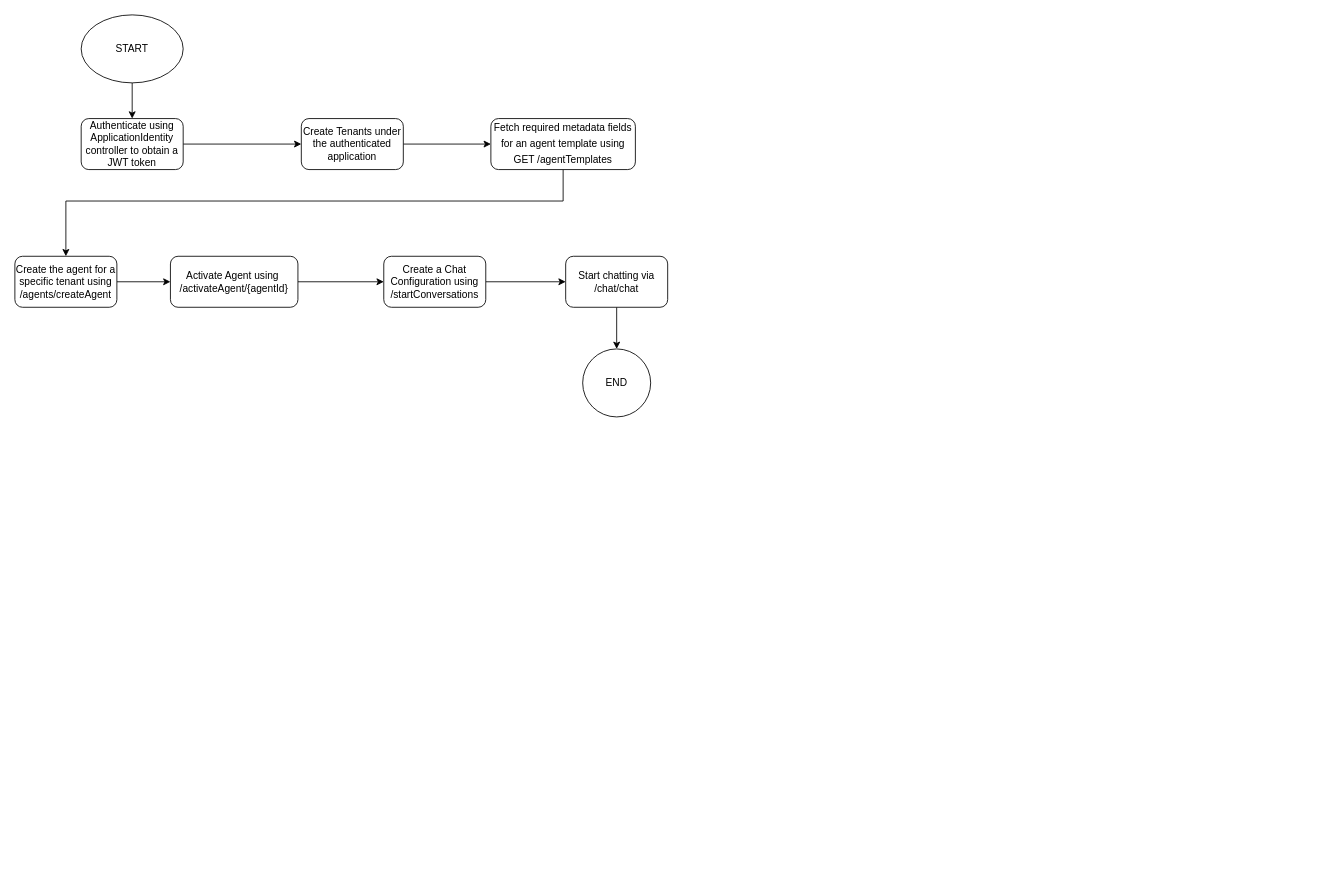
jayditch121998/flow-charts keeps this draw.io diagram as PopAI-set-conversation.drawio. Above is the earlier version. Source tidied: cells renumbered, new cells numbered last; positions are measured from the earlier drawing's top-left corner, leaving out a move shared by most shapes. Both pictures are drawn from the tidied source at 85%, with x=0, y=0 at pixel (14, 14).
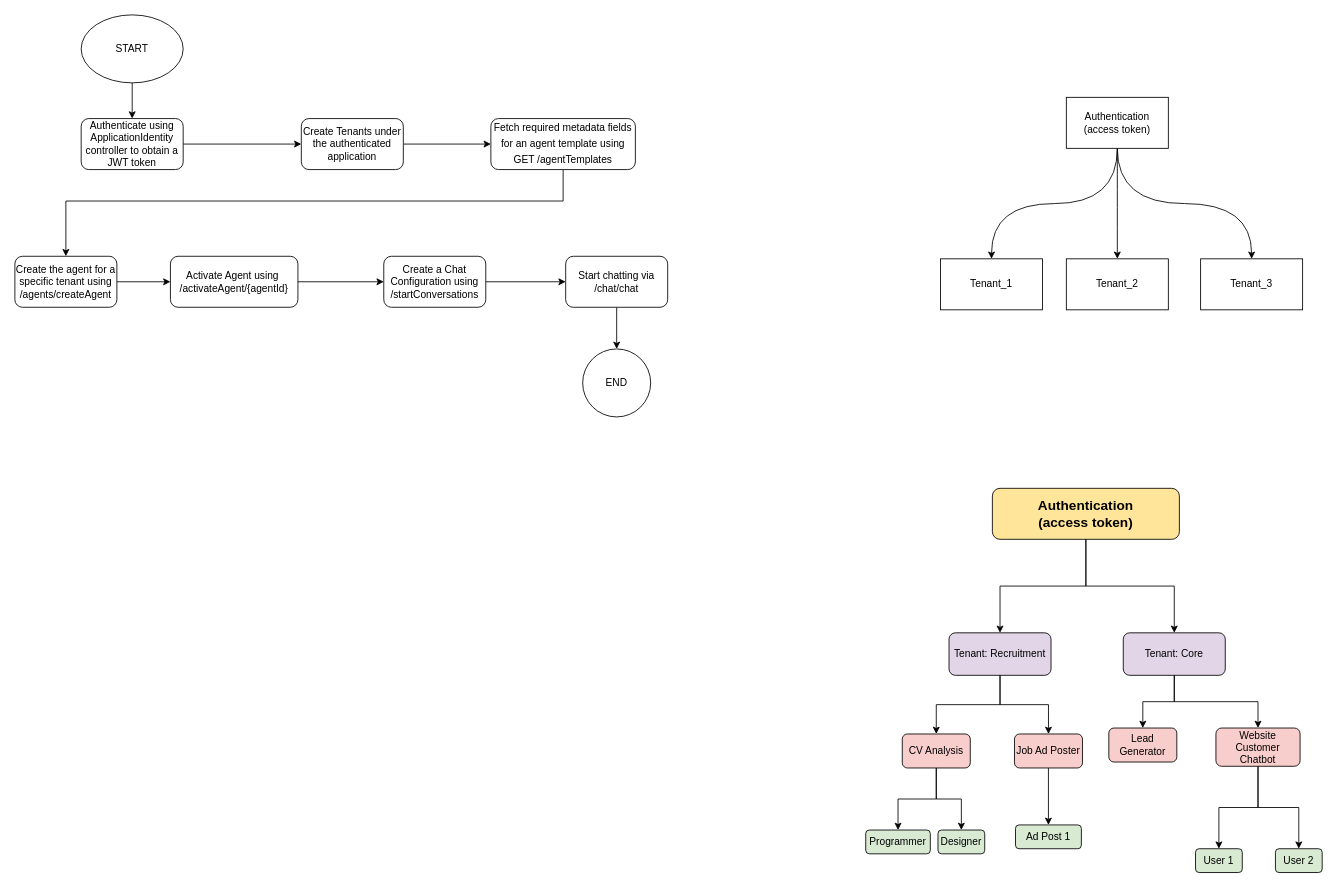
Above is the later version.

Change to the diagram source:
```diff
@@
+    <mxCell id="19" style="edgeStyle=orthogonalEdgeStyle;rounded=0;jettySize=auto;html=1;curved=1;exitX=0.5;exitY=1;exitDx=0;exitDy=0;" parent="1" edge="1" source="22" target="23">
+      <mxGeometry relative="1" as="geometry" />
+    </mxCell>
+    <mxCell id="20" style="edgeStyle=orthogonalEdgeStyle;rounded=0;jettySize=auto;html=1;curved=1;" parent="1" edge="1" source="22" target="24">
+      <mxGeometry relative="1" as="geometry" />
+    </mxCell>
+    <mxCell id="21" style="edgeStyle=orthogonalEdgeStyle;rounded=0;jettySize=auto;html=1;exitX=0.5;exitY=1;exitDx=0;exitDy=0;curved=1;" parent="1" edge="1" source="22" target="25">
+      <mxGeometry relative="1" as="geometry" />
+    </mxCell>
+    <mxCell id="22" value="Authentication&lt;br&gt;(access token)" style="rounded=0;whiteSpace=wrap;html=1;" parent="1" vertex="1">
+      <mxGeometry x="1237" y="97" width="120" height="60" as="geometry" />
+    </mxCell>
+    <mxCell id="23" value="Tenant_1" style="rounded=0;whiteSpace=wrap;html=1;" parent="1" vertex="1">
+      <mxGeometry x="1089" y="287" width="120" height="60" as="geometry" />
+    </mxCell>
+    <mxCell id="24" value="Tenant_2" style="rounded=0;whiteSpace=wrap;html=1;" parent="1" vertex="1">
+      <mxGeometry x="1237" y="287" width="120" height="60" as="geometry" />
+    </mxCell>
+    <mxCell id="25" value="Tenant_3" style="rounded=0;whiteSpace=wrap;html=1;" parent="1" vertex="1">
+      <mxGeometry x="1395" y="287" width="120" height="60" as="geometry" />
+    </mxCell>
+    <mxCell id="26" value="Authentication&#10;(access token)" style="rounded=1;whiteSpace=wrap;html=1;fillColor=#ffe599;fontSize=16;fontStyle=1;" parent="1" vertex="1">
+      <mxGeometry x="1150" y="557" width="220" height="60" as="geometry" />
+    </mxCell>
+    <mxCell id="27" value="Tenant: Recruitment" style="rounded=1;whiteSpace=wrap;html=1;fillColor=#e1d5e7;" parent="1" vertex="1">
+      <mxGeometry x="1099" y="727" width="120" height="50" as="geometry" />
+    </mxCell>
+    <mxCell id="28" value="Tenant: Core" style="rounded=1;whiteSpace=wrap;html=1;fillColor=#e1d5e7;" parent="1" vertex="1">
+      <mxGeometry x="1304" y="727" width="120" height="50" as="geometry" />
+    </mxCell>
+    <mxCell id="29" style="edgeStyle=orthogonalEdgeStyle;rounded=0;" parent="1" edge="1" source="26" target="27">
+      <mxGeometry relative="1" as="geometry" />
+    </mxCell>
+    <mxCell id="30" style="edgeStyle=orthogonalEdgeStyle;rounded=0;" parent="1" edge="1" source="26" target="28">
+      <mxGeometry relative="1" as="geometry" />
+    </mxCell>
+    <mxCell id="31" value="CV Analysis" style="rounded=1;whiteSpace=wrap;html=1;fillColor=#f8cecc;" parent="1" vertex="1">
+      <mxGeometry x="1044" y="846" width="80" height="40" as="geometry" />
+    </mxCell>
+    <mxCell id="32" style="edgeStyle=orthogonalEdgeStyle;rounded=0;jettySize=auto;html=1;entryX=0.5;entryY=0;entryDx=0;entryDy=0;" parent="1" edge="1" source="33" target="48">
+      <mxGeometry relative="1" as="geometry" />
+    </mxCell>
+    <mxCell id="33" value="Job Ad Poster" style="rounded=1;whiteSpace=wrap;html=1;fillColor=#f8cecc;" parent="1" vertex="1">
+      <mxGeometry x="1176" y="846" width="80" height="40" as="geometry" />
+    </mxCell>
+    <mxCell id="34" value="Lead Generator" style="rounded=1;whiteSpace=wrap;html=1;fillColor=#f8cecc;" parent="1" vertex="1">
+      <mxGeometry x="1287" y="839" width="80" height="40" as="geometry" />
+    </mxCell>
+    <mxCell id="35" value="Website Customer Chatbot" style="rounded=1;whiteSpace=wrap;html=1;fillColor=#f8cecc;" parent="1" vertex="1">
+      <mxGeometry x="1413" y="839" width="99" height="45" as="geometry" />
+    </mxCell>
+    <mxCell id="36" style="edgeStyle=orthogonalEdgeStyle;rounded=0;exitX=0.5;exitY=1;exitDx=0;exitDy=0;" parent="1" edge="1" source="27" target="31">
+      <mxGeometry relative="1" as="geometry" />
+    </mxCell>
+    <mxCell id="37" style="edgeStyle=orthogonalEdgeStyle;rounded=0;" parent="1" edge="1" source="27" target="33">
+      <mxGeometry relative="1" as="geometry" />
+    </mxCell>
+    <mxCell id="38" style="edgeStyle=orthogonalEdgeStyle;rounded=0;" parent="1" edge="1" source="28" target="34">
+      <mxGeometry relative="1" as="geometry" />
+    </mxCell>
+    <mxCell id="39" style="edgeStyle=orthogonalEdgeStyle;rounded=0;" parent="1" edge="1" source="28" target="35">
+      <mxGeometry relative="1" as="geometry" />
+    </mxCell>
+    <mxCell id="40" value="Programmer" style="rounded=1;whiteSpace=wrap;html=1;fillColor=#d9ead3;" parent="1" vertex="1">
+      <mxGeometry x="1001" y="959" width="76" height="28" as="geometry" />
+    </mxCell>
+    <mxCell id="41" value="Designer" style="rounded=1;whiteSpace=wrap;html=1;fillColor=#d9ead3;" parent="1" vertex="1">
+      <mxGeometry x="1086" y="959" width="55" height="28" as="geometry" />
+    </mxCell>
+    <mxCell id="42" style="edgeStyle=orthogonalEdgeStyle;rounded=0;" parent="1" edge="1" source="31" target="40">
+      <mxGeometry relative="1" as="geometry" />
+    </mxCell>
+    <mxCell id="43" style="edgeStyle=orthogonalEdgeStyle;rounded=0;" parent="1" edge="1" source="31" target="41">
+      <mxGeometry relative="1" as="geometry" />
+    </mxCell>
+    <mxCell id="44" value="User 1" style="rounded=1;whiteSpace=wrap;html=1;fillColor=#d9ead3;" parent="1" vertex="1">
+      <mxGeometry x="1389" y="981" width="55" height="28" as="geometry" />
+    </mxCell>
+    <mxCell id="45" value="User 2" style="rounded=1;whiteSpace=wrap;html=1;fillColor=#d9ead3;" parent="1" vertex="1">
+      <mxGeometry x="1483" y="981" width="55" height="28" as="geometry" />
+    </mxCell>
+    <mxCell id="46" style="edgeStyle=orthogonalEdgeStyle;rounded=0;" parent="1" edge="1" source="35" target="44">
+      <mxGeometry relative="1" as="geometry" />
+    </mxCell>
+    <mxCell id="47" style="edgeStyle=orthogonalEdgeStyle;rounded=0;" parent="1" edge="1" source="35" target="45">
+      <mxGeometry relative="1" as="geometry" />
+    </mxCell>
+    <mxCell id="48" value="Ad Post 1" style="rounded=1;whiteSpace=wrap;html=1;fillColor=#d9ead3;" parent="1" vertex="1">
+      <mxGeometry x="1177.2" y="953" width="77.5" height="28" as="geometry" />
+    </mxCell>
```
